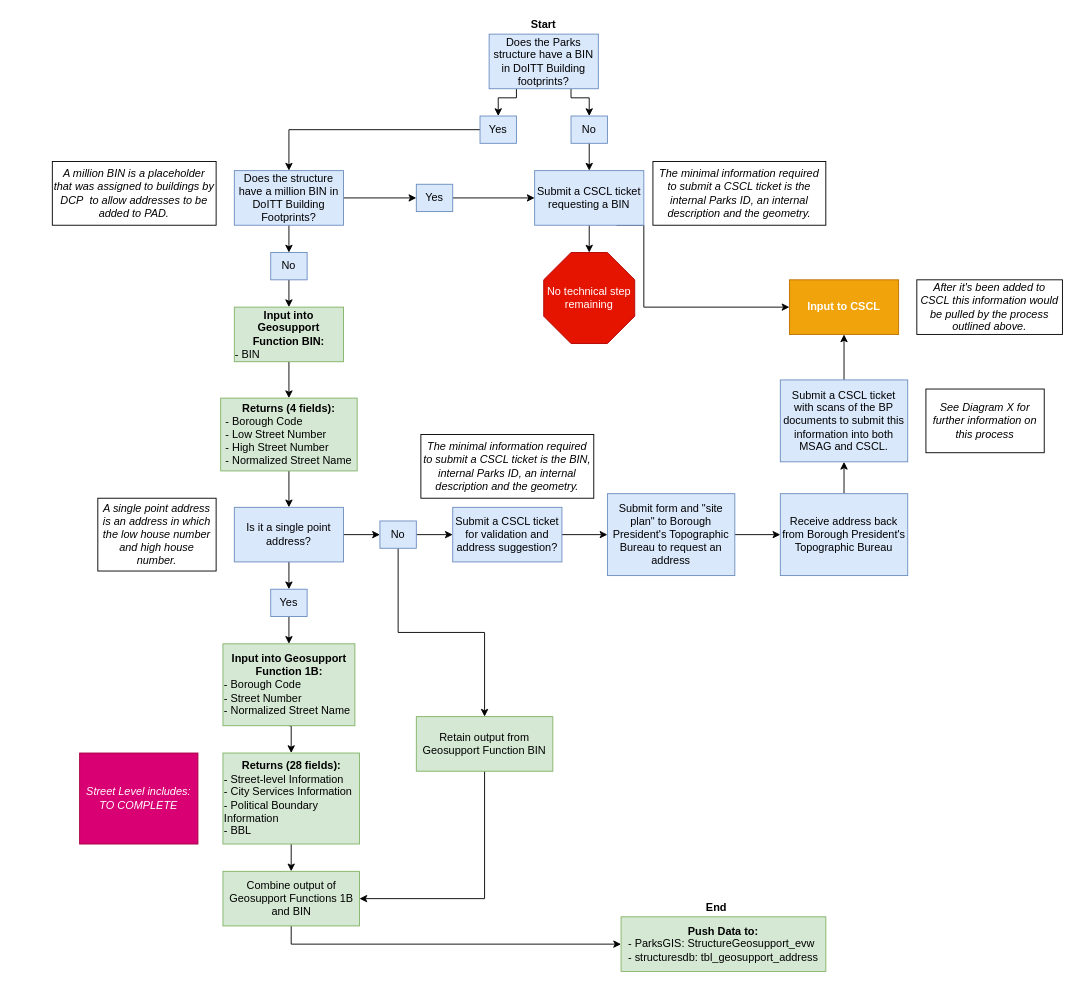
NYCParks-data/Structures keeps this draw.io diagram as Geosupport.drawio. Above is the earlier version. Source tidied: cells renumbered, new cells numbered last; positions are measured from the earlier drawing's top-left corner, leaving out a move shared by most shapes. Both pictures are drawn from the tidied source at 91%, with x=0, y=0 at pixel (52, 15).
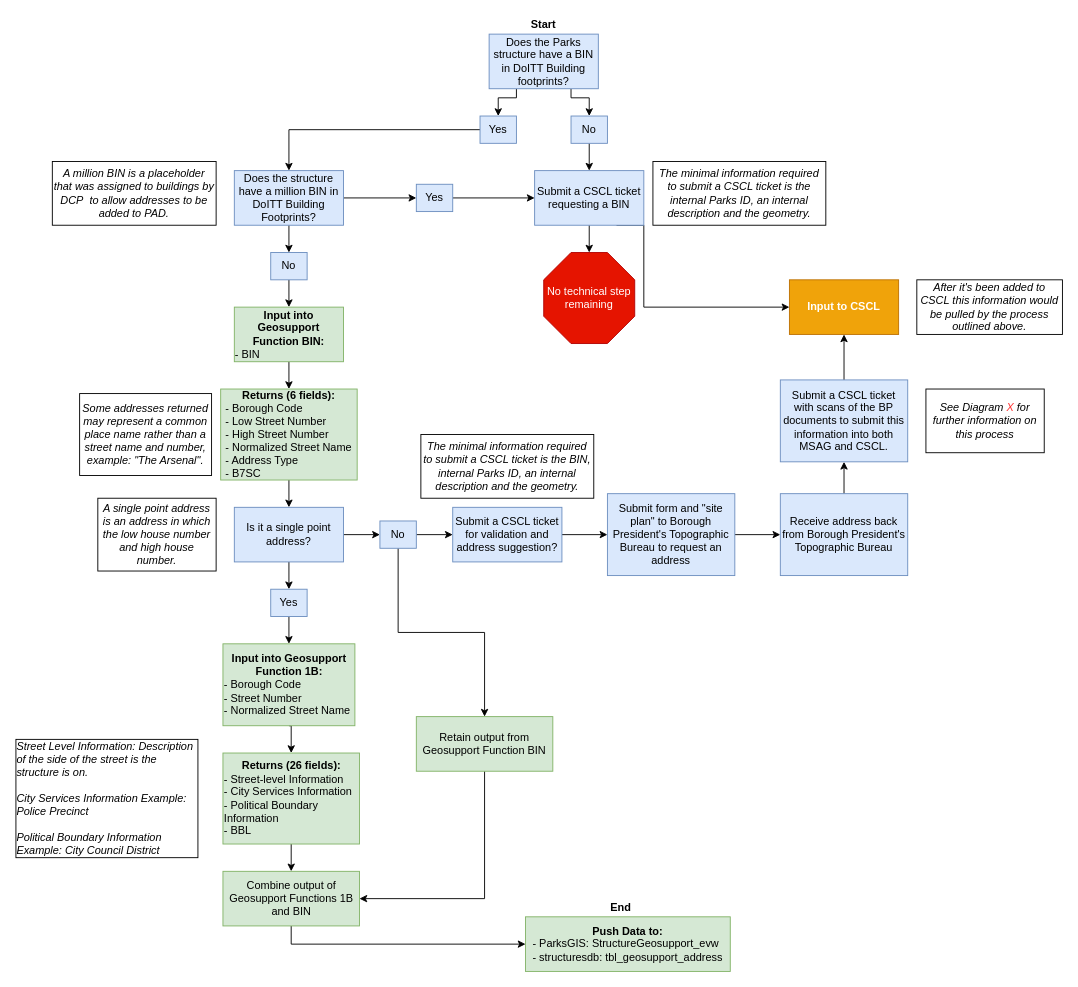
After the change.

What changed in the source:
```diff
@@
-    <mxCell id="25" value="&lt;b&gt;Returns (4 fields):&lt;/b&gt;&lt;br&gt;&lt;div style=&quot;text-align: left&quot;&gt;&lt;span&gt;- Borough Code&lt;/span&gt;&lt;/div&gt;&lt;div style=&quot;text-align: left&quot;&gt;&lt;span&gt;- Low Street Number&lt;/span&gt;&lt;/div&gt;&lt;div style=&quot;text-align: left&quot;&gt;&lt;span&gt;- High Street Number&lt;/span&gt;&lt;/div&gt;&lt;div style=&quot;text-align: left&quot;&gt;&lt;span&gt;- Normalized Street Name&lt;/span&gt;&lt;/div&gt;" style="rounded=0;whiteSpace=wrap;html=1;fillColor=#d5e8d4;strokeColor=#82b366;" parent="1" vertex="1">
-      <mxGeometry x="185" y="420" width="150" height="80" as="geometry" />
+    <mxCell id="25" value="&lt;b&gt;Returns (6 fields):&lt;/b&gt;&lt;br&gt;&lt;div style=&quot;text-align: left&quot;&gt;&lt;span&gt;- Borough Code&lt;/span&gt;&lt;/div&gt;&lt;div style=&quot;text-align: left&quot;&gt;&lt;span&gt;- Low Street Number&lt;/span&gt;&lt;/div&gt;&lt;div style=&quot;text-align: left&quot;&gt;&lt;span&gt;- High Street Number&lt;/span&gt;&lt;/div&gt;&lt;div style=&quot;text-align: left&quot;&gt;&lt;span&gt;- Normalized Street Name&lt;/span&gt;&lt;/div&gt;&lt;div style=&quot;text-align: left&quot;&gt;&lt;span&gt;- Address Type&lt;/span&gt;&lt;/div&gt;&lt;div style=&quot;text-align: left&quot;&gt;&lt;span&gt;- B7SC&lt;/span&gt;&lt;/div&gt;" style="rounded=0;whiteSpace=wrap;html=1;fillColor=#d5e8d4;strokeColor=#82b366;" parent="1" vertex="1">
+      <mxGeometry x="185" y="410" width="150" height="100" as="geometry" />
     </mxCell>
@@
-    <mxCell id="42" value="&lt;b&gt;Returns (28 fields):&lt;/b&gt;&lt;br&gt;&lt;div style=&quot;text-align: left&quot;&gt;- Street-level Information&lt;/div&gt;&lt;div style=&quot;text-align: left&quot;&gt;&lt;span&gt;- City Services Information&lt;/span&gt;&lt;/div&gt;&lt;div style=&quot;text-align: left&quot;&gt;&lt;span&gt;- Political Boundary Information&lt;/span&gt;&lt;/div&gt;&lt;div style=&quot;text-align: left&quot;&gt;&lt;span&gt;- BBL&lt;/span&gt;&lt;/div&gt;" style="rounded=0;whiteSpace=wrap;html=1;fillColor=#d5e8d4;strokeColor=#82b366;" parent="1" vertex="1">
+    <mxCell id="42" value="&lt;b&gt;Returns (26 fields):&lt;/b&gt;&lt;br&gt;&lt;div style=&quot;text-align: left&quot;&gt;- Street-level Information&lt;/div&gt;&lt;div style=&quot;text-align: left&quot;&gt;&lt;span&gt;- City Services Information&lt;/span&gt;&lt;/div&gt;&lt;div style=&quot;text-align: left&quot;&gt;&lt;span&gt;- Political Boundary Information&lt;/span&gt;&lt;/div&gt;&lt;div style=&quot;text-align: left&quot;&gt;&lt;span&gt;- BBL&lt;/span&gt;&lt;/div&gt;" style="rounded=0;whiteSpace=wrap;html=1;fillColor=#d5e8d4;strokeColor=#82b366;" parent="1" vertex="1">
       <mxGeometry x="187.5" y="810" width="150" height="100" as="geometry" />
     </mxCell>
-    <mxCell id="43" value="&lt;i&gt;Street Level includes:&lt;br&gt;TO COMPLETE&lt;br&gt;&lt;/i&gt;" style="rounded=0;whiteSpace=wrap;html=1;fillColor=#d80073;strokeColor=#A50040;fontColor=#ffffff;" parent="1" vertex="1">
-      <mxGeometry x="30" y="810" width="130" height="100" as="geometry" />
+    <mxCell id="43" value="&lt;div style=&quot;text-align: left&quot;&gt;&lt;i&gt;Street Level Information: Description of the side of the street is the structure is on.&lt;/i&gt;&lt;/div&gt;&lt;div style=&quot;text-align: left&quot;&gt;&lt;i&gt;&lt;br&gt;&lt;/i&gt;&lt;/div&gt;&lt;i&gt;&lt;div style=&quot;text-align: left&quot;&gt;&lt;i&gt;City Services Information Example: Police Precinct&lt;/i&gt;&lt;/div&gt;&lt;div style=&quot;text-align: left&quot;&gt;&lt;i&gt;&lt;br&gt;&lt;/i&gt;&lt;/div&gt;&lt;div style=&quot;text-align: left&quot;&gt;&lt;i&gt;Political Boundary Information Example: City Council District&lt;/i&gt;&lt;/div&gt;&lt;/i&gt;" style="rounded=0;whiteSpace=wrap;html=1;" parent="1" vertex="1">
+      <mxGeometry x="-40" y="795" width="200" height="130" as="geometry" />
     </mxCell>
@@
     <mxCell id="46" value="&lt;b&gt;Push Data to:&lt;/b&gt;&lt;br&gt;&lt;div style=&quot;text-align: left&quot;&gt;&lt;span&gt;- ParksGIS: StructureGeosupport_evw&lt;/span&gt;&lt;/div&gt;&lt;div style=&quot;text-align: left&quot;&gt;&lt;span&gt;- structuresdb: tbl_geosupport_address&lt;/span&gt;&lt;/div&gt;" style="rounded=0;whiteSpace=wrap;html=1;fillColor=#d5e8d4;strokeColor=#82b366;" parent="1" vertex="1">
-      <mxGeometry x="625" y="990" width="225" height="60" as="geometry" />
+      <mxGeometry x="520" y="990" width="225" height="60" as="geometry" />
     </mxCell>
@@
     <mxCell id="49" value="&lt;b&gt;End&lt;/b&gt;" style="text;html=1;strokeColor=none;fillColor=none;align=center;verticalAlign=middle;whiteSpace=wrap;rounded=0;" parent="1" vertex="1">
-      <mxGeometry x="710" y="970" width="40" height="20" as="geometry" />
+      <mxGeometry x="605" y="970" width="40" height="20" as="geometry" />
     </mxCell>
@@
-    <mxCell id="56" value="&lt;i&gt;See Diagram X for further information on this process&lt;/i&gt;" style="rounded=0;whiteSpace=wrap;html=1;" parent="1" vertex="1">
+    <mxCell id="56" value="&lt;i&gt;See Diagram &lt;font color=&quot;#ff3333&quot;&gt;X&lt;/font&gt; for further information on this process&lt;/i&gt;" style="rounded=0;whiteSpace=wrap;html=1;" parent="1" vertex="1">
       <mxGeometry x="960" y="410" width="130" height="70" as="geometry" />
     </mxCell>
@@
+    <mxCell id="59" value="&lt;i&gt;Some addresses returned may represent a common place name rather than a street name and number, example: &quot;The Arsenal&quot;.&lt;/i&gt;" style="rounded=0;whiteSpace=wrap;html=1;" parent="1" vertex="1">
+      <mxGeometry x="30" y="415" width="145" height="90" as="geometry" />
+    </mxCell>
```
